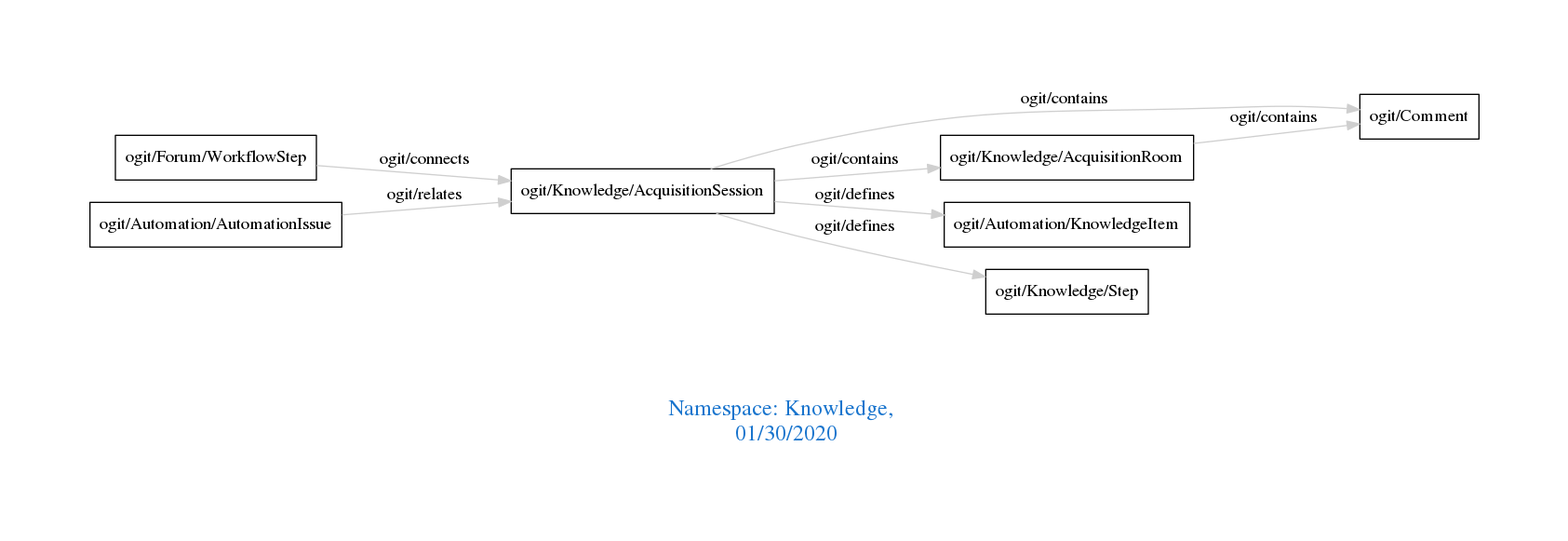
Above: downloads/Knowledge.png in arago/OGIT (Graphviz), before the change. Its source is kept beside it as downloads/Knowledge.dot.
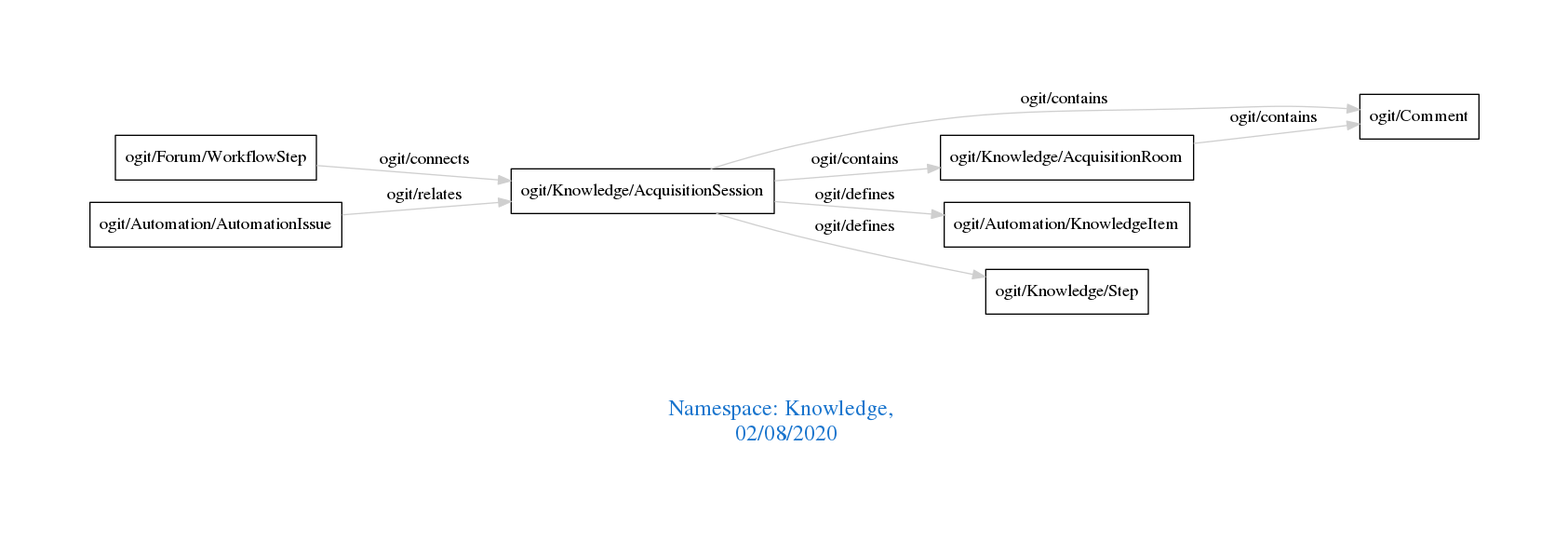
Later version of the same file.

Diff of the diagram source:
```diff
@@ -1,7 +1,7 @@
 digraph OGIT_ontology {
  graph [ rankdir= LR,pad=1
 fontsize = 18,
-fontcolor= dodgerblue3,label = "\n\n\nNamespace: Knowledge, \n 01/30/2020"];
+fontcolor= dodgerblue3,label = "\n\n\nNamespace: Knowledge, \n 02/08/2020"];
 node[shape=polygon];
 edge [  color="gray81"];
 
```
